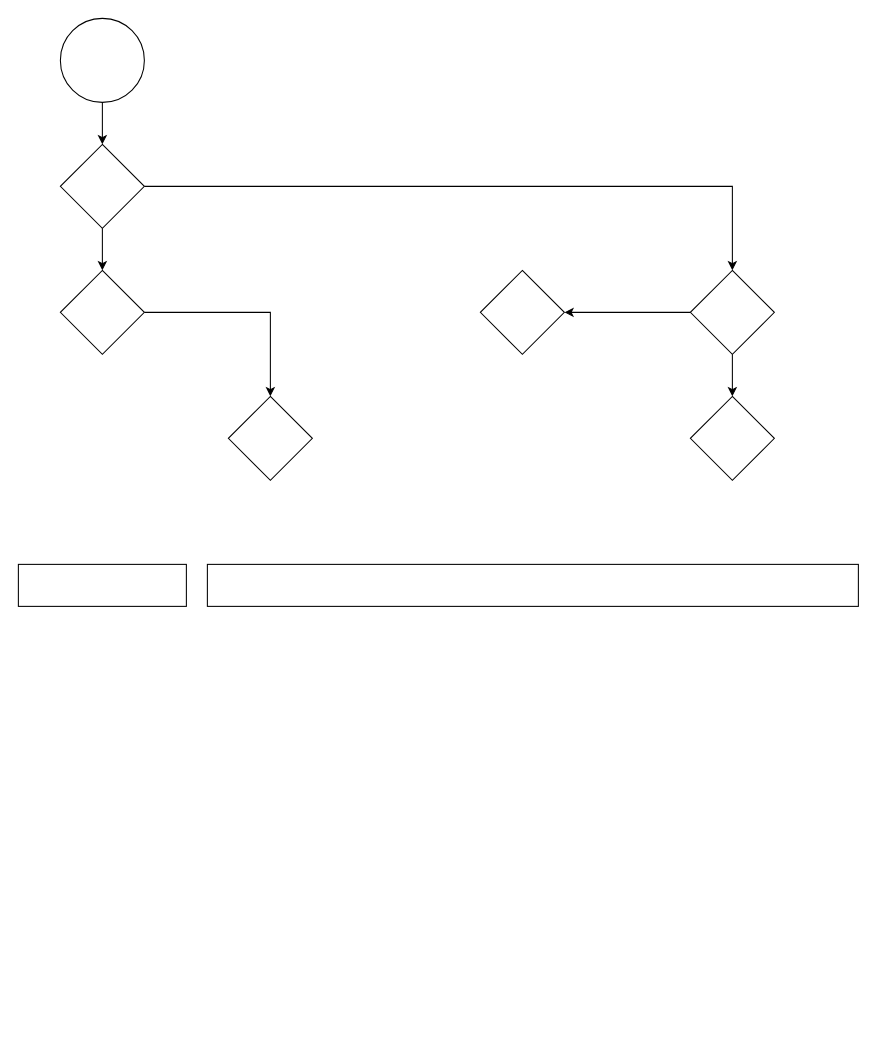
Before: Untitled Diagram.drawio in ntngocit/weather-api, a draw.io diagram. Source tidied: cells renumbered, new cells numbered last; positions are measured from the earlier drawing's top-left corner, leaving out a move shared by most shapes. Both pictures are drawn from the tidied source at 105%, with x=0, y=0 at pixel (18, 18).
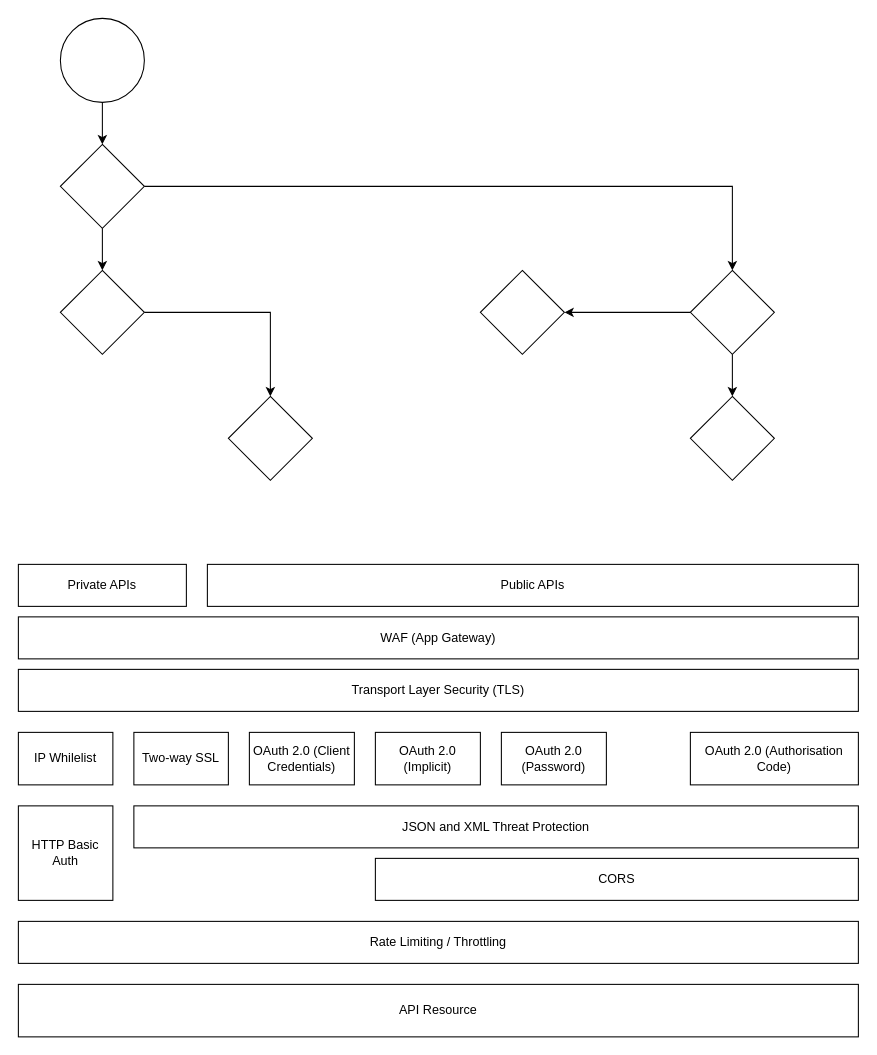
Above is the later version.

The edit, as a diff of the source:
```diff
@@
-    <mxCell id="14" style="rounded=0;whiteSpace=wrap;html=1;" parent="1" vertex="1">
+    <mxCell id="14" value="Private APIs" style="rounded=0;whiteSpace=wrap;html=1;" parent="1" vertex="1">
       <mxGeometry y="520" width="160" height="40" as="geometry" />
     </mxCell>
-    <mxCell id="15" style="rounded=0;whiteSpace=wrap;html=1;" parent="1" vertex="1">
+    <mxCell id="15" value="Public APIs" style="rounded=0;whiteSpace=wrap;html=1;" parent="1" vertex="1">
       <mxGeometry x="180" y="520" width="620" height="40" as="geometry" />
     </mxCell>
@@
+    <mxCell id="17" value="WAF (App Gateway)" style="rounded=0;whiteSpace=wrap;html=1;" parent="1" vertex="1">
+      <mxGeometry y="570" width="800" height="40" as="geometry" />
+    </mxCell>
+    <mxCell id="18" value="Transport Layer Security (TLS)" style="rounded=0;whiteSpace=wrap;html=1;" parent="1" vertex="1">
+      <mxGeometry y="620" width="800" height="40" as="geometry" />
+    </mxCell>
+    <mxCell id="19" value="IP Whilelist" style="rounded=0;whiteSpace=wrap;html=1;" parent="1" vertex="1">
+      <mxGeometry y="680" width="90" height="50" as="geometry" />
+    </mxCell>
+    <mxCell id="20" value="Two-way SSL" style="rounded=0;whiteSpace=wrap;html=1;" parent="1" vertex="1">
+      <mxGeometry x="110" y="680" width="90" height="50" as="geometry" />
+    </mxCell>
+    <mxCell id="21" value="OAuth 2.0 (Client Credentials)" style="rounded=0;whiteSpace=wrap;html=1;" parent="1" vertex="1">
+      <mxGeometry x="220" y="680" width="100" height="50" as="geometry" />
+    </mxCell>
+    <mxCell id="22" value="OAuth 2.0 (Implicit)" style="rounded=0;whiteSpace=wrap;html=1;" parent="1" vertex="1">
+      <mxGeometry x="340" y="680" width="100" height="50" as="geometry" />
+    </mxCell>
+    <mxCell id="23" value="OAuth 2.0 (Password)" style="rounded=0;whiteSpace=wrap;html=1;" parent="1" vertex="1">
+      <mxGeometry x="460" y="680" width="100" height="50" as="geometry" />
+    </mxCell>
+    <mxCell id="24" value="OAuth 2.0 (Authorisation Code)" style="rounded=0;whiteSpace=wrap;html=1;" parent="1" vertex="1">
+      <mxGeometry x="640" y="680" width="160" height="50" as="geometry" />
+    </mxCell>
+    <mxCell id="25" value="HTTP Basic Auth" style="rounded=0;whiteSpace=wrap;html=1;" parent="1" vertex="1">
+      <mxGeometry y="750" width="90" height="90" as="geometry" />
+    </mxCell>
+    <mxCell id="26" value="JSON and XML Threat Protection" style="rounded=0;whiteSpace=wrap;html=1;" parent="1" vertex="1">
+      <mxGeometry x="110" y="750" width="690" height="40" as="geometry" />
+    </mxCell>
+    <mxCell id="27" value="CORS" style="rounded=0;whiteSpace=wrap;html=1;" parent="1" vertex="1">
+      <mxGeometry x="340" y="800" width="460" height="40" as="geometry" />
+    </mxCell>
+    <mxCell id="28" value="Rate Limiting / Throttling" style="rounded=0;whiteSpace=wrap;html=1;" parent="1" vertex="1">
+      <mxGeometry y="860" width="800" height="40" as="geometry" />
+    </mxCell>
+    <mxCell id="29" value="API Resource" style="rounded=0;whiteSpace=wrap;html=1;" parent="1" vertex="1">
+      <mxGeometry y="920" width="800" height="50" as="geometry" />
+    </mxCell>
```
